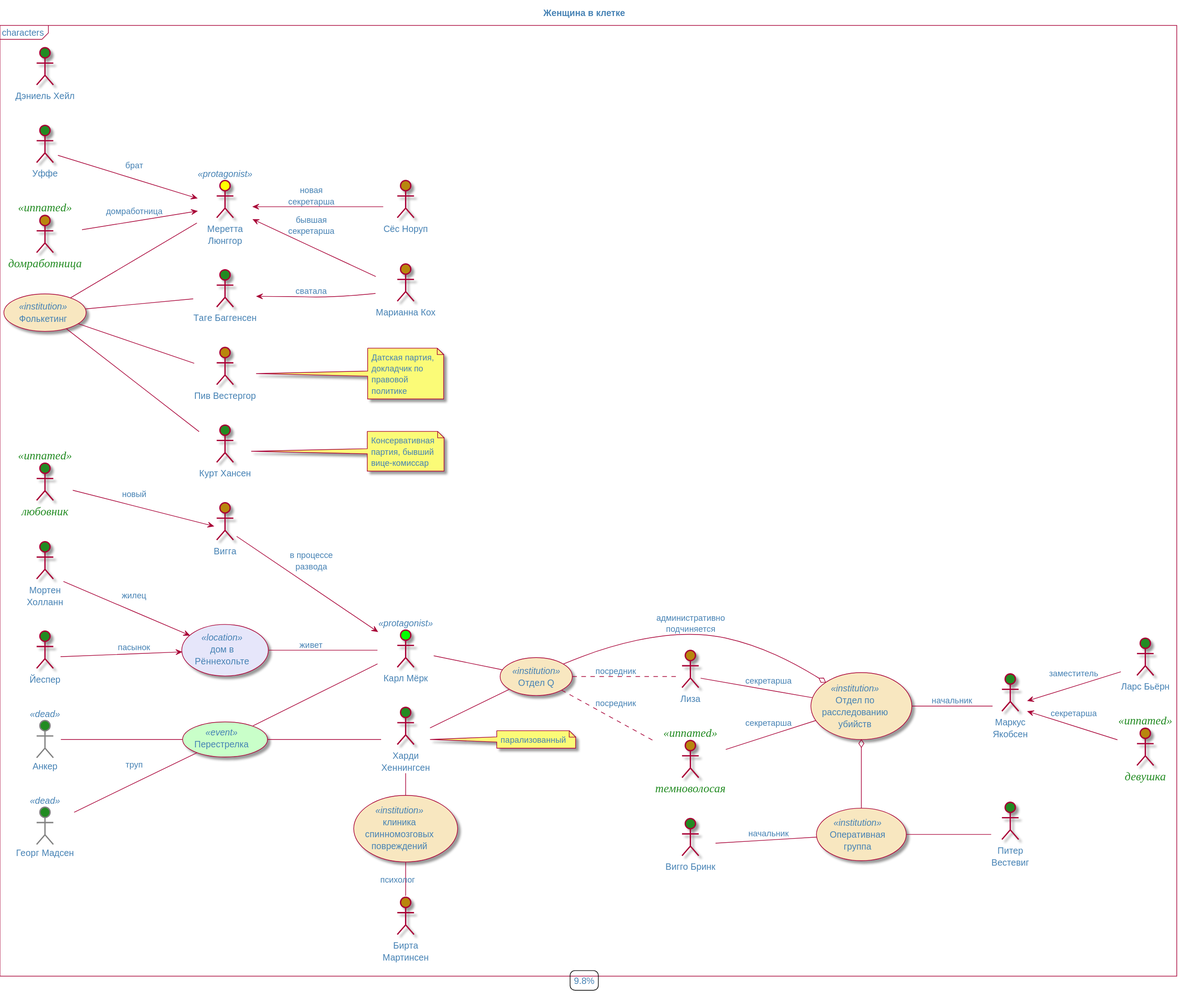
Earlier version of the PlantUML export adler-olsen/caged_woman-__.svg (olek3/reading).
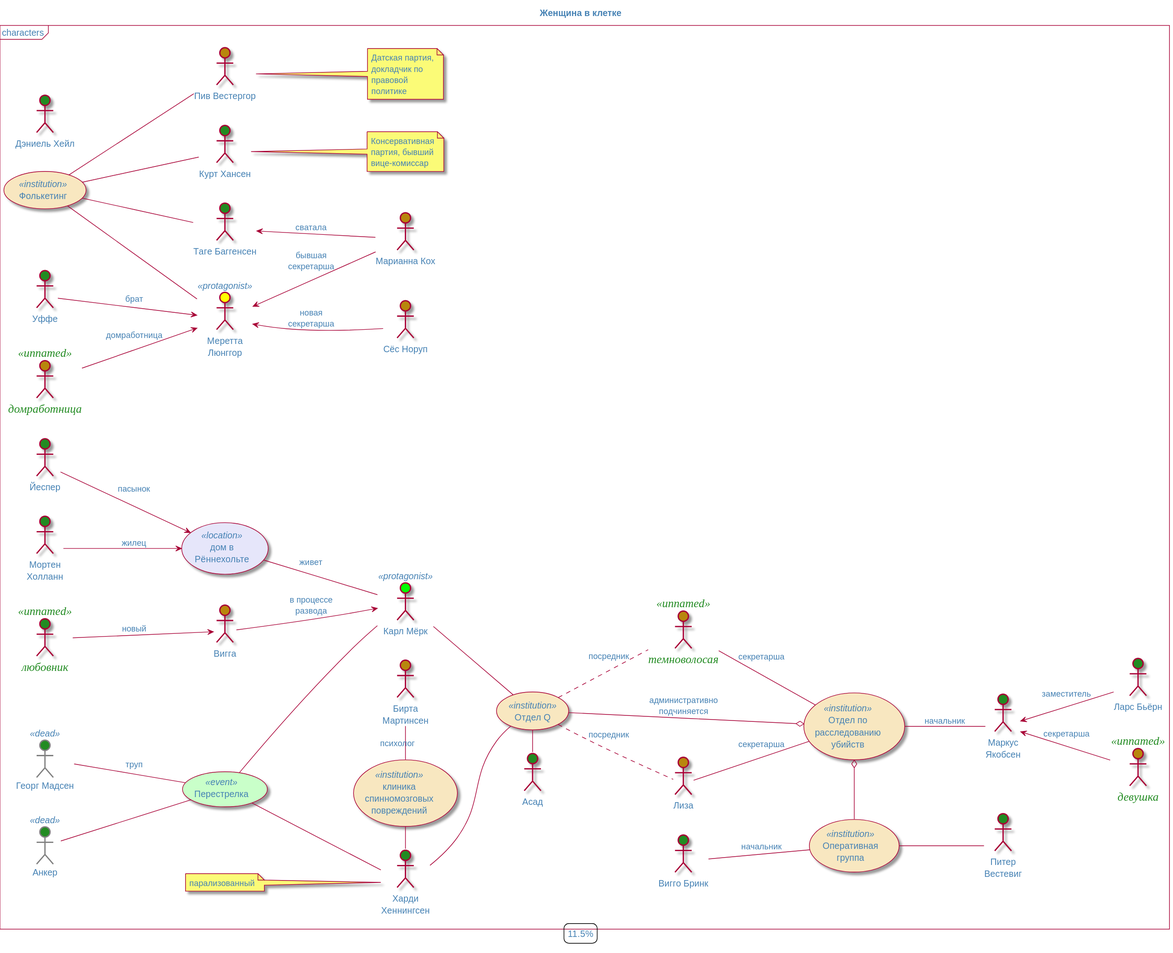
The same diagram one commit later.

What changed in the source:
```diff
@@ -8,7 +8,7 @@
 
 title Женщина в клетке
 mainframe characters
-legend : 9.8%
+legend : 11.5%
 
 :Меретта Люнггор: as caged  $female_protagonist
 
@@ -18,7 +18,7 @@
 wife --> he : в процессе развода
 
 :Харди Хеннингсен: as paralized $male
-note right: парализованный
+note left: парализованный
 
 :Анкер: as anker <<dead>> $male
 
@@ -124,9 +124,13 @@
 
 (клиника спинномозговых повреждений) as clinyc <<institution>>
 
-paralized - clinyc
+clinyc - paralized
 
 :Бирта Мартинсен: as birta $female
 
-clinyc - birta : психолог
+birta -clinyc : психолог
+
+:Асад: as asad $male
+
+q - asad
 @enduml
```
